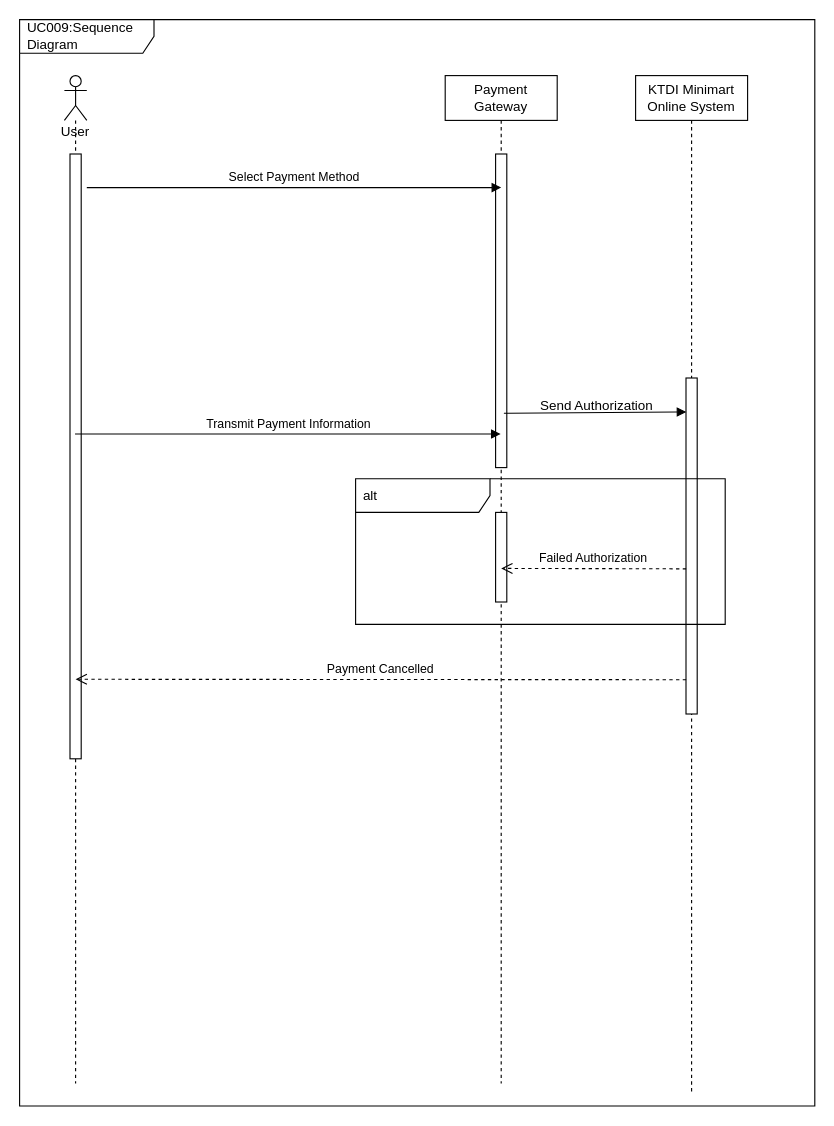
drshahizan/software-engineering keeps this draw.io diagram as proposal/submission/sec02/Allen/UC0010/sequencediagram010.drawio. Above is the earlier version. Source tidied: cells renumbered, new cells numbered last; positions are measured from the earlier drawing's top-left corner, leaving out a move shared by most shapes. Both pictures are drawn from the tidied source at 112%, with x=0, y=0 at pixel (19, 19).
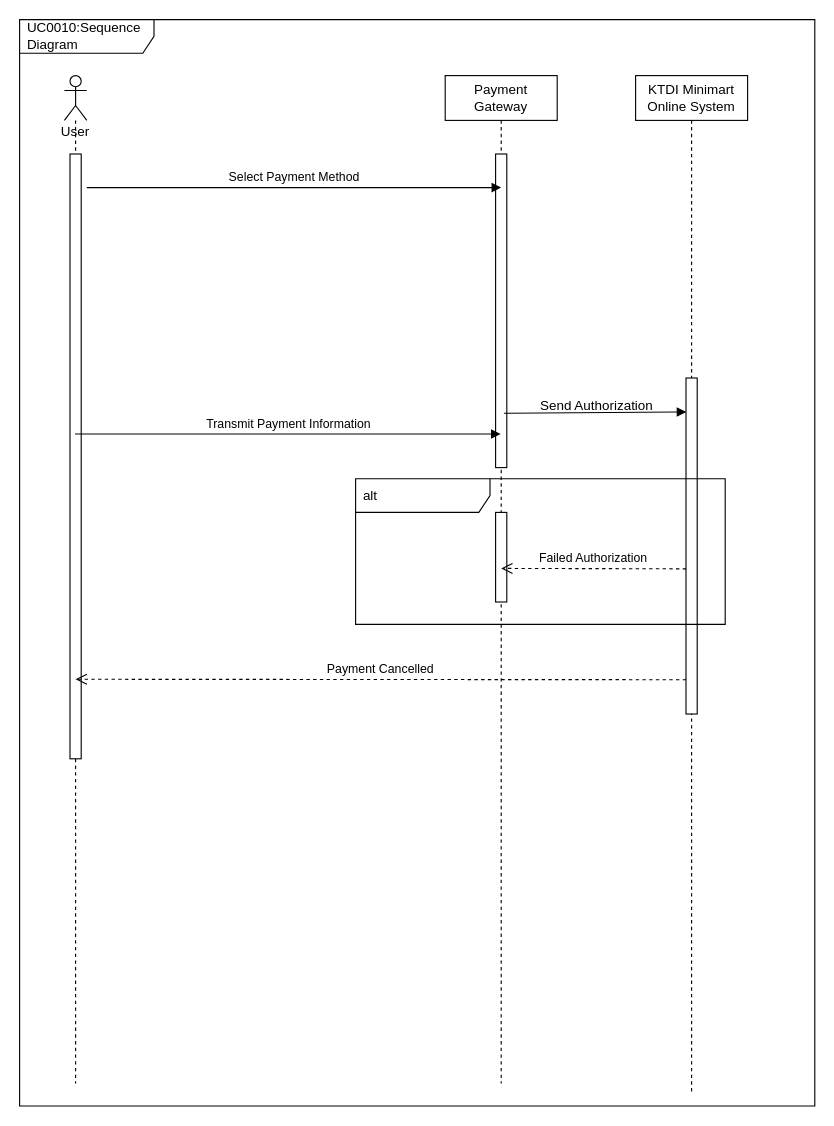
The same diagram, later.

Diff of the diagram source:
```diff
@@
-    <mxCell id="16" value="UC009:Sequence Diagram" style="shape=umlFrame;whiteSpace=wrap;html=1;width=120;height=30;boundedLbl=1;verticalAlign=middle;align=left;spacingLeft=5;" parent="1" vertex="1">
+    <mxCell id="16" value="UC0010:Sequence Diagram" style="shape=umlFrame;whiteSpace=wrap;html=1;width=120;height=30;boundedLbl=1;verticalAlign=middle;align=left;spacingLeft=5;" parent="1" vertex="1">
       <mxGeometry width="710" height="970" as="geometry" />
     </mxCell>
```
